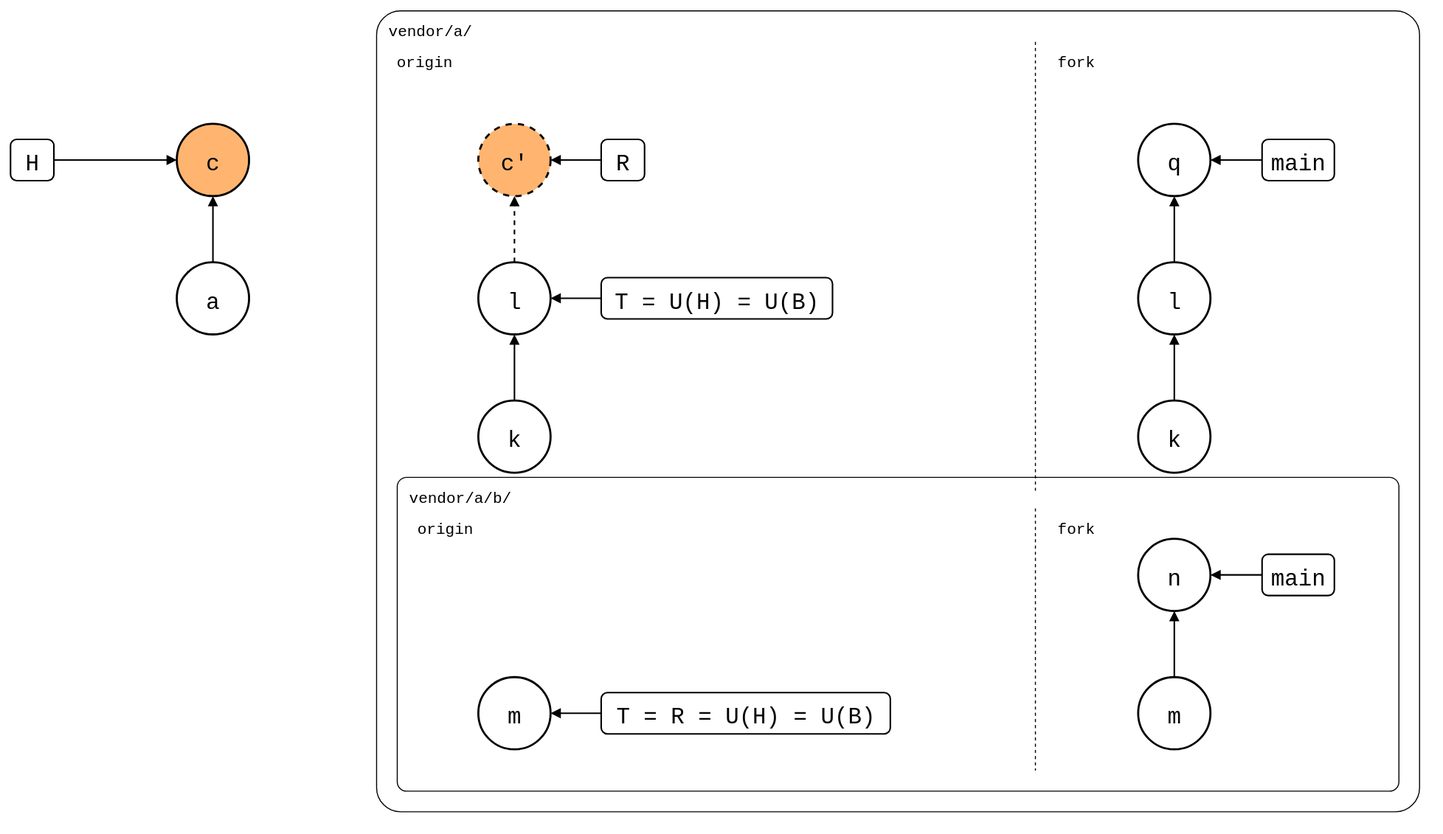
Above: test/scenarios/05-nested-splices/01-nested-splices/01-outer-fork/same-name-below.drawio.svg in roschaefer/git-splice (draw.io), before the change. Source tidied: cells renumbered, new cells last; positions are measured from the earlier drawing's top-left corner, leaving out a move shared by most shapes.
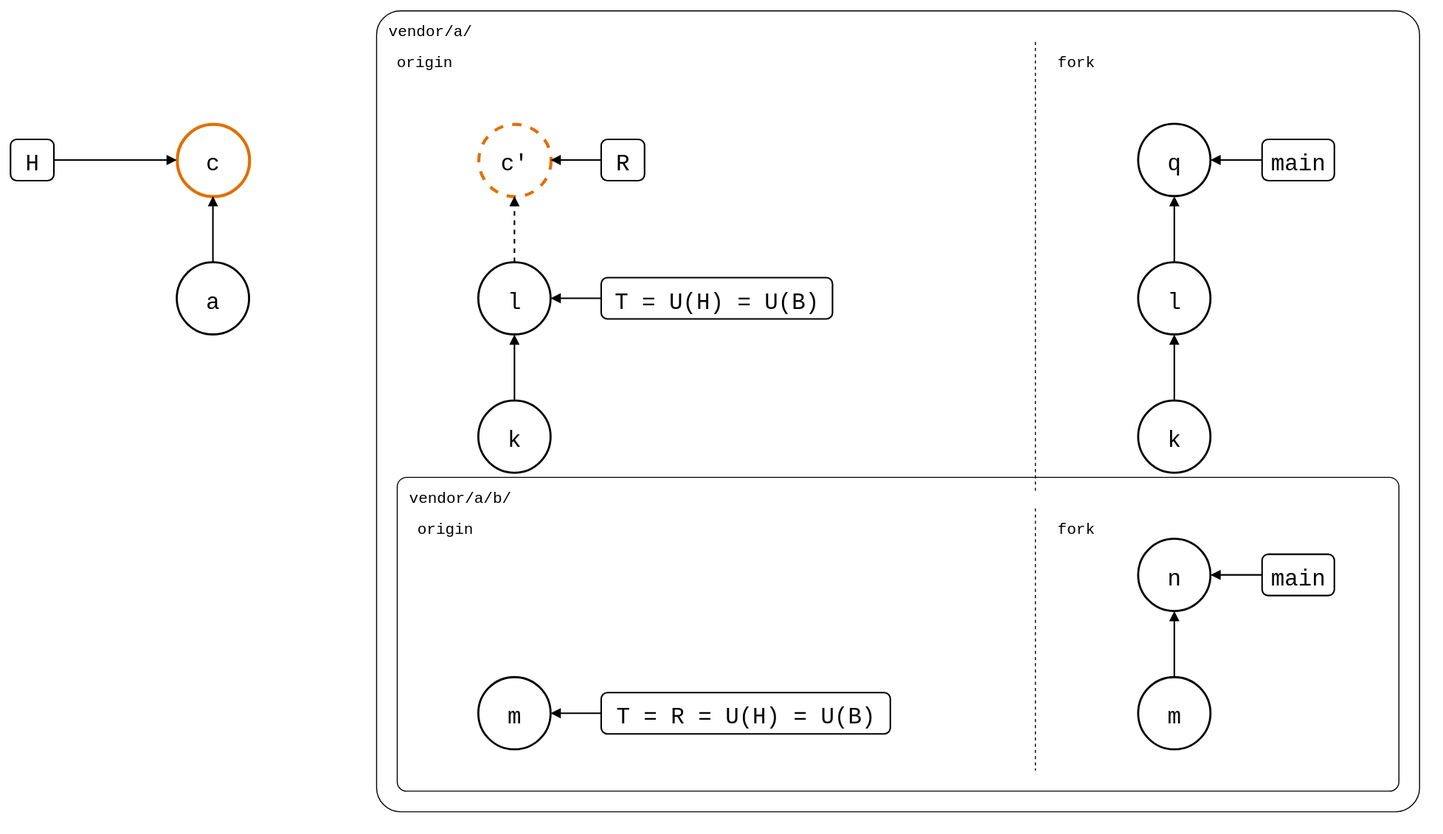
Above is the later version.

Change to the diagram source:
```diff
@@ -26,7 +26,7 @@
     <mxCell id="9" value="fork" style="text;fontSize=15;align=left;verticalAlign=top;fontFamily=Roboto Mono,monospace;" parent="1" vertex="1">
       <mxGeometry x="1012" y="486" width="120" height="24" as="geometry" />
     </mxCell>
-    <mxCell id="10" value="c" style="ellipse;strokeWidth=2;fontSize=22;fontFamily=Roboto Mono,monospace;fillColor=#FFB570;" parent="1" vertex="1">
+    <mxCell id="10" value="c" style="ellipse;fontSize=22;fontFamily=Roboto Mono,monospace;strokeColor=#E07000;strokeWidth=3;" parent="1" vertex="1">
       <mxGeometry x="161" y="110" width="70" height="70" as="geometry" />
     </mxCell>
     <mxCell id="11" value="a" style="ellipse;strokeWidth=2;fontSize=22;fontFamily=Roboto Mono,monospace;" parent="1" vertex="1">
@@ -62,7 +62,7 @@
     <mxCell id="21" value="T = U(H) = U(B)" style="rounded=1;strokeWidth=1.5;fontSize=22;fontFamily=Roboto Mono,monospace;" parent="1" vertex="1">
       <mxGeometry x="572" y="259" width="224" height="40" as="geometry" />
     </mxCell>
-    <mxCell id="22" value="c'" style="ellipse;strokeWidth=2;fontSize=22;fontFamily=Roboto Mono,monospace;dashed=1;fillColor=#FFB570;" parent="1" vertex="1">
+    <mxCell id="22" value="c'" style="ellipse;fontSize=22;fontFamily=Roboto Mono,monospace;dashed=1;strokeColor=#E07000;strokeWidth=3;" parent="1" vertex="1">
       <mxGeometry x="453" y="110" width="70" height="70" as="geometry" />
     </mxCell>
     <mxCell id="23" value="R" style="rounded=1;strokeWidth=1.5;fontSize=22;fontFamily=Roboto Mono,monospace;" parent="1" vertex="1">
```
